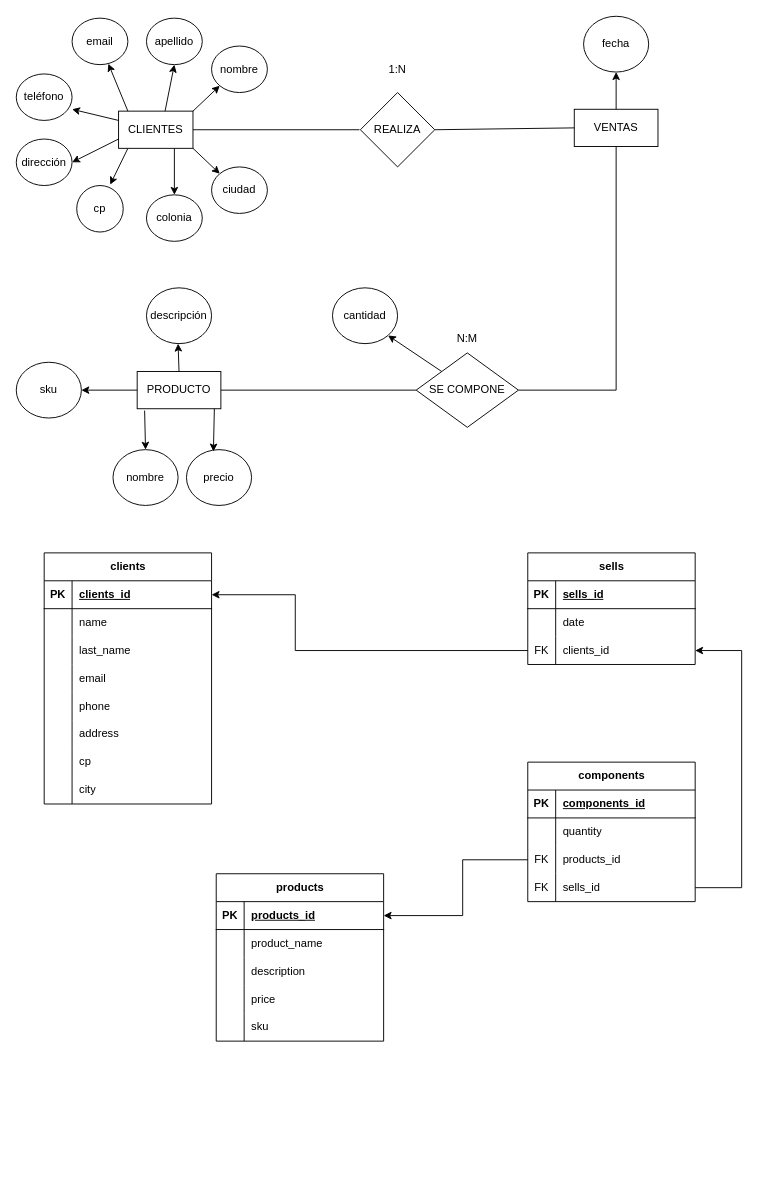
pavila28/ProyectoPinterest keeps this draw.io diagram as page "Página-2" (2 of 2) of Diagrama sin título.drawio. Above is the earlier version. Source tidied: cells renumbered, new cells numbered last; positions are measured from the earlier drawing's top-left corner, leaving out a move shared by most shapes. Both pictures are drawn from the tidied source at 93%, with x=0, y=0 at pixel (16, 16).
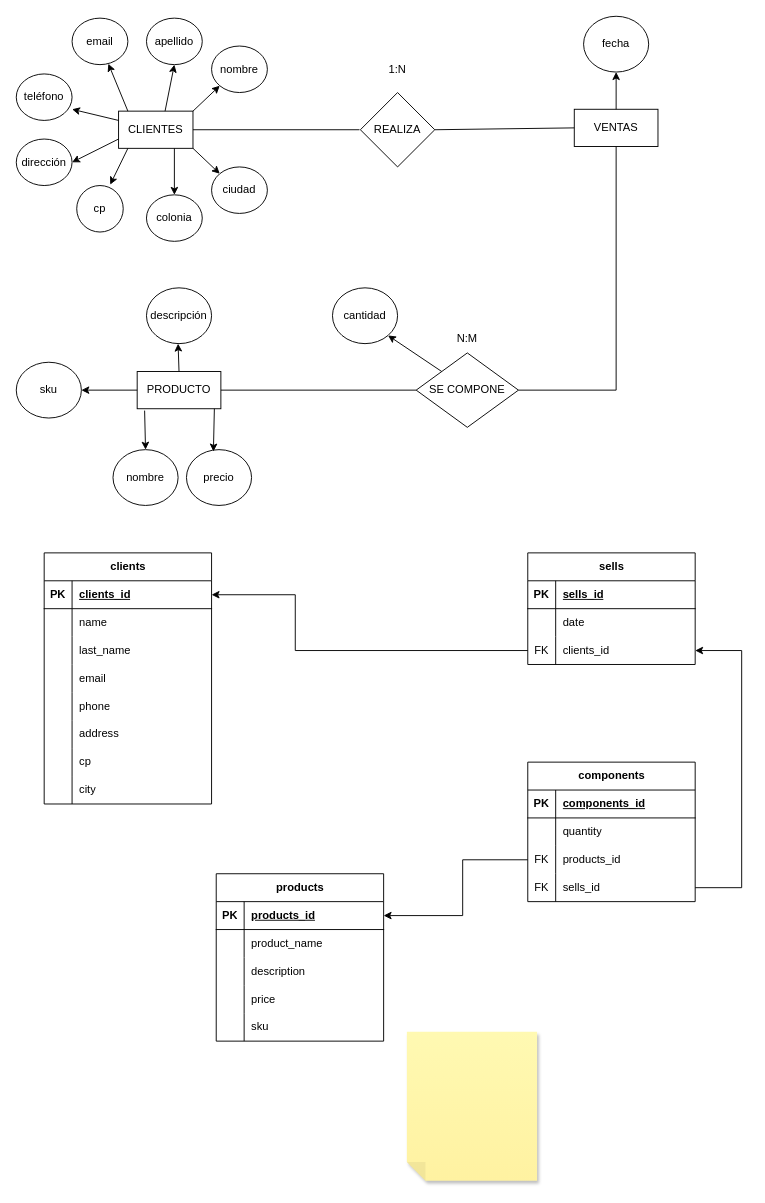
After the change.

What changed in the source:
```diff
@@
+    <mxCell id="108" style="shape=note;whiteSpace=wrap;html=1;backgroundOutline=1;fontColor=#000000;darkOpacity=0.05;fillColor=#FFF9B2;strokeColor=none;fillStyle=solid;direction=west;gradientDirection=north;gradientColor=#FFF2A1;shadow=1;size=20;" parent="1" vertex="1">
+      <mxGeometry x="420" y="1092" width="140" height="160" as="geometry" />
+    </mxCell>
```
